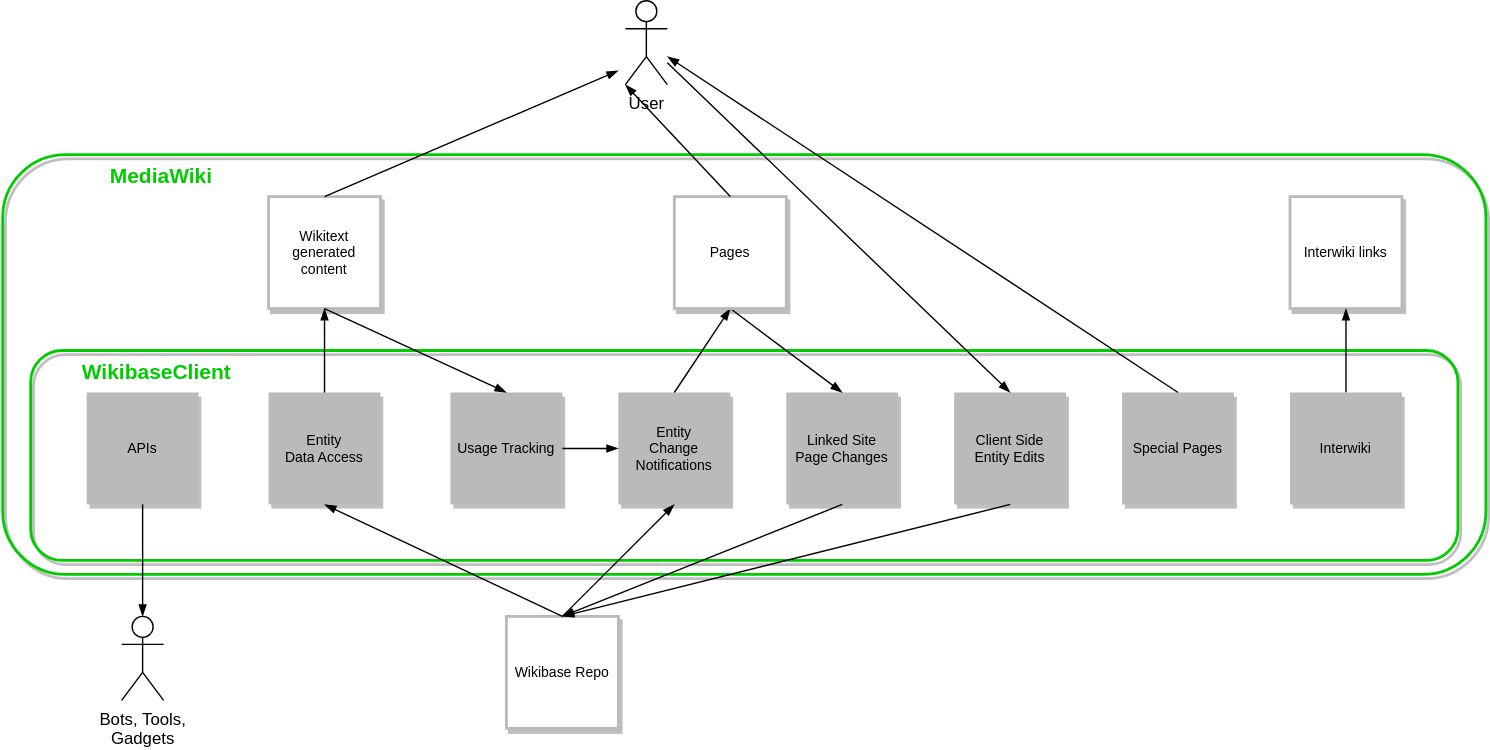
This is systems/WikibaseClient/diagrams/05-building-blocks.drawio.svg from wmde/wikidata-wikibase-architecture, a draw.io export, as it was before one commit. Source tidied: cells renumbered, new cells last; positions are measured from the earlier drawing's top-left corner, leaving out a move shared by most shapes.
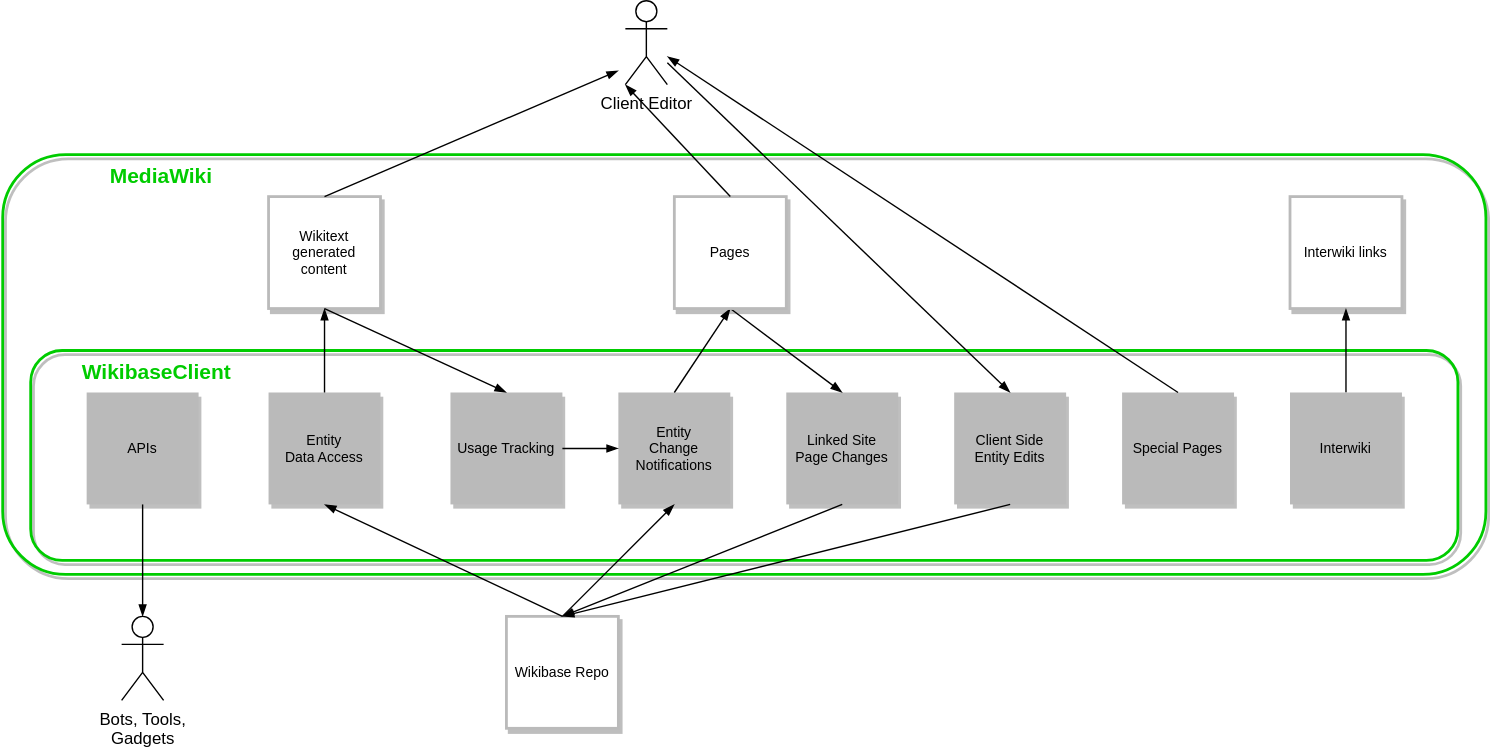
After the commit.

Change to the diagram source:
```diff
@@ -53,7 +53,7 @@
     <mxCell id="18" style="endArrow=blockThin;html=1;strokeColor=#000000;fontSize=10;fontColor=#000000;strokeWidth=1;endFill=1;entryX=0.5;entryY=0;entryDx=0;entryDy=0;" parent="1" edge="1" source="19" target="4">
       <mxGeometry x="80" y="100" as="geometry" />
     </mxCell>
-    <mxCell id="19" value="User" style="shape=umlActor;verticalLabelPosition=bottom;verticalAlign=top;html=1;outlineConnect=0;" parent="1" vertex="1">
+    <mxCell id="19" value="Client Editor" style="shape=umlActor;verticalLabelPosition=bottom;verticalAlign=top;html=1;outlineConnect=0;" parent="1" vertex="1">
       <mxGeometry x="445" width="30" height="60" as="geometry" />
     </mxCell>
     <mxCell id="20" value="Wikitext&#10;generated&#10; content" style="rounded=0;shadow=1;fontSize=10;fontColor=#000000;direction=south;strokeWidth=2;fillColor=#FFFFFF;strokeColor=#BABABA;" parent="1" vertex="1">
```
